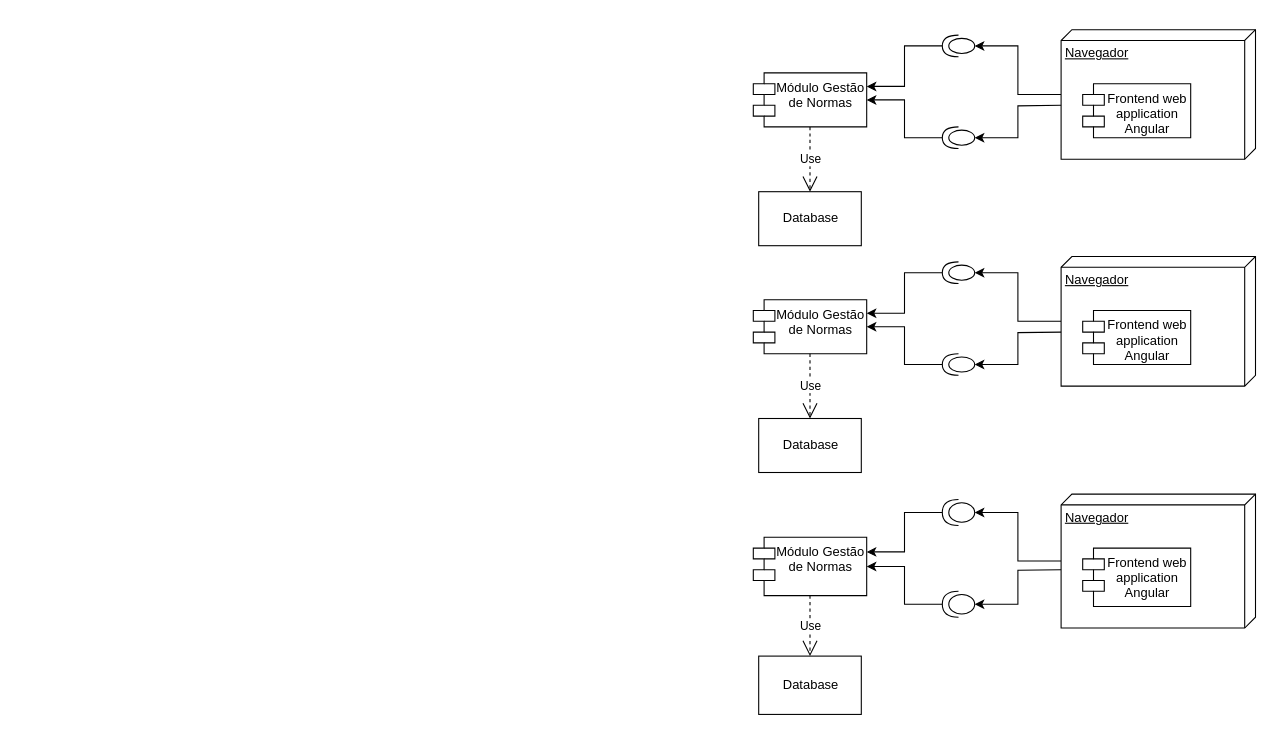
thallysfreed/arquitetura keeps this draw.io diagram as Diagrama de Componentes.drawio. Above is the earlier version. Source tidied: cells renumbered, new cells numbered last; positions are measured from the earlier drawing's top-left corner, leaving out a move shared by most shapes. Both pictures are drawn from the tidied source at 108%, with x=0, y=0 at pixel (753, 29).
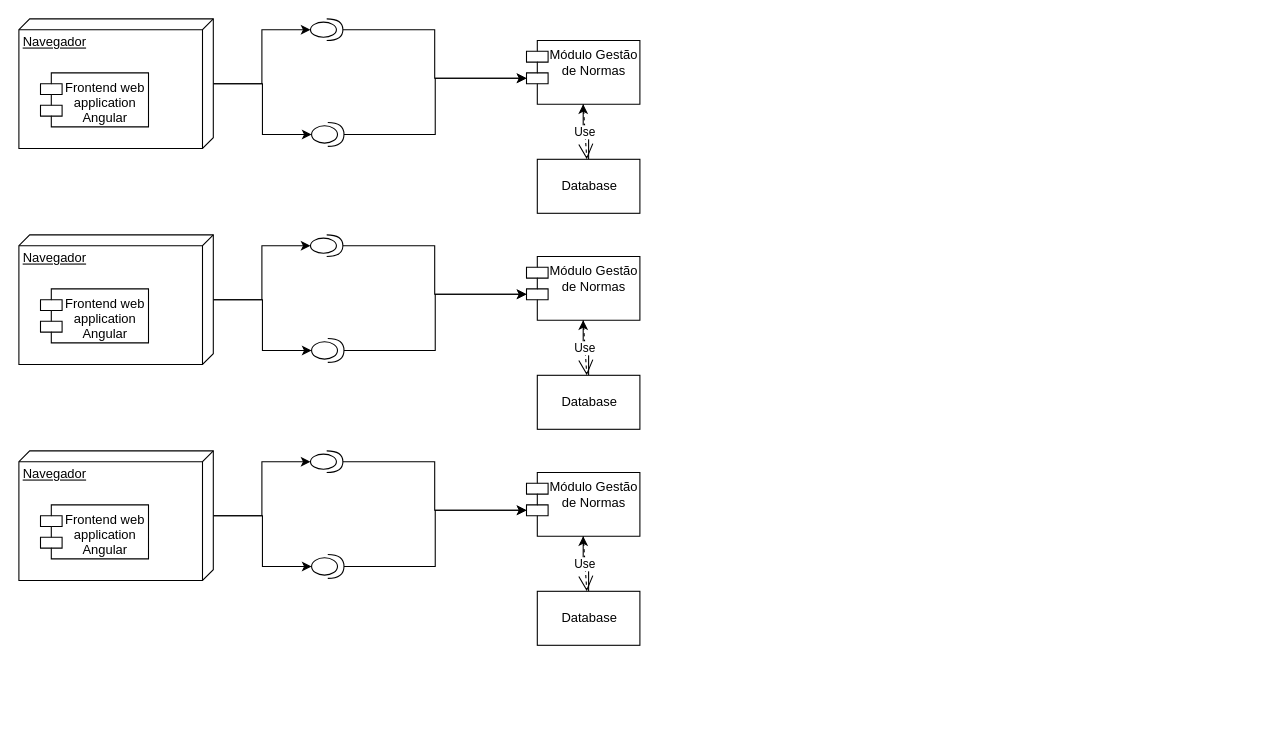
After the change.

The edit, as a diff of the source:
```diff
@@
     <mxCell id="2" value="Módulo Gestão&#10;de Normas" style="shape=module;align=left;spacingLeft=20;align=center;verticalAlign=top;" parent="1" vertex="1">
-      <mxGeometry y="40" width="105" height="50" as="geometry" />
+      <mxGeometry x="-210" y="10" width="105" height="59" as="geometry" />
     </mxCell>
+    <mxCell id="35" style="edgeStyle=orthogonalEdgeStyle;rounded=0;jettySize=auto;html=1;" parent="1" edge="1" source="3" target="2">
+      <mxGeometry relative="1" as="geometry" />
+    </mxCell>
     <mxCell id="3" value="Database" style="html=1;" parent="1" vertex="1">
-      <mxGeometry x="5" y="150" width="95" height="50" as="geometry" />
+      <mxGeometry x="-200" y="120" width="95" height="50" as="geometry" />
     </mxCell>
@@
-    <mxCell id="5" style="edgeStyle=orthogonalEdgeStyle;rounded=0;jettySize=auto;html=1;entryX=1;entryY=0.25;entryDx=0;entryDy=0;" parent="1" edge="1" source="6" target="2">
+    <mxCell id="5" style="edgeStyle=orthogonalEdgeStyle;rounded=0;jettySize=auto;html=1;entryX=0;entryY=0;entryDx=0;entryDy=35;entryPerimeter=0;" parent="1" edge="1" source="6" target="2">
       <mxGeometry relative="1" as="geometry" />
     </mxCell>
-    <mxCell id="6" style="shape=providedRequiredInterface;html=1;verticalLabelPosition=bottom;rotation=-180;" parent="1" vertex="1">
-      <mxGeometry x="175" y="5" width="30" height="20" as="geometry" />
+    <mxCell id="6" style="shape=providedRequiredInterface;html=1;verticalLabelPosition=bottom;rotation=-180;direction=west;" parent="1" vertex="1">
+      <mxGeometry x="-410" y="-10" width="30" height="20" as="geometry" />
     </mxCell>
@@
+    <mxCell id="36" style="edgeStyle=orthogonalEdgeStyle;rounded=0;jettySize=auto;html=1;entryX=0;entryY=0.5;entryDx=0;entryDy=0;entryPerimeter=0;" parent="1" edge="1" source="8" target="11">
+      <mxGeometry relative="1" as="geometry" />
+    </mxCell>
     <mxCell id="8" value="Navegador" style="verticalAlign=top;align=left;spacingTop=8;spacingLeft=2;spacingRight=12;shape=cube;size=10;direction=south;fontStyle=4;html=1;" parent="1" vertex="1">
-      <mxGeometry x="285" width="180" height="120" as="geometry" />
+      <mxGeometry x="-680" y="-10" width="180" height="120" as="geometry" />
     </mxCell>
     <mxCell id="9" value="Frontend web&#10;application&#10;Angular" style="shape=module;align=left;spacingLeft=20;align=center;verticalAlign=top;" parent="1" vertex="1">
-      <mxGeometry x="305" y="50" width="100" height="50" as="geometry" />
+      <mxGeometry x="-660" y="40" width="100" height="50" as="geometry" />
     </mxCell>
-    <mxCell id="10" style="edgeStyle=orthogonalEdgeStyle;rounded=0;jettySize=auto;html=1;" parent="1" edge="1" source="11" target="2">
+    <mxCell id="10" style="edgeStyle=orthogonalEdgeStyle;rounded=0;jettySize=auto;html=1;entryX=0;entryY=0;entryDx=0;entryDy=35;entryPerimeter=0;" parent="1" edge="1" source="11" target="2">
       <mxGeometry relative="1" as="geometry" />
     </mxCell>
-    <mxCell id="11" style="shape=providedRequiredInterface;html=1;verticalLabelPosition=bottom;rotation=-180;" parent="1" vertex="1">
-      <mxGeometry x="175" y="90" width="30" height="20" as="geometry" />
+    <mxCell id="11" style="shape=providedRequiredInterface;html=1;verticalLabelPosition=bottom;rotation=-180;direction=west;" parent="1" vertex="1">
+      <mxGeometry x="-409" y="86" width="30" height="22" as="geometry" />
     </mxCell>
-    <mxCell id="12" style="edgeStyle=orthogonalEdgeStyle;rounded=0;jettySize=auto;html=1;entryX=0;entryY=0.5;entryDx=0;entryDy=0;entryPerimeter=0;" parent="1" edge="1" target="11">
-      <mxGeometry relative="1" as="geometry">
-        <mxPoint x="285" y="70" as="sourcePoint" />
-      </mxGeometry>
-    </mxCell>
-    <mxCell id="13" value="Módulo Gestão&#10;de Normas" style="shape=module;align=left;spacingLeft=20;align=center;verticalAlign=top;" parent="1" vertex="1">
-      <mxGeometry y="250" width="105" height="50" as="geometry" />
-    </mxCell>
-    <mxCell id="14" value="Database" style="html=1;" parent="1" vertex="1">
-      <mxGeometry x="5" y="360" width="95" height="50" as="geometry" />
-    </mxCell>
-    <mxCell id="15" value="Use" style="endArrow=open;endSize=12;dashed=1;html=1;exitX=0.5;exitY=1;exitDx=0;exitDy=0;" parent="1" edge="1" source="13" target="14">
-      <mxGeometry relative="1" as="geometry" />
-    </mxCell>
-    <mxCell id="16" style="edgeStyle=orthogonalEdgeStyle;rounded=0;jettySize=auto;html=1;entryX=1;entryY=0.25;entryDx=0;entryDy=0;" parent="1" edge="1" source="17" target="13">
-      <mxGeometry relative="1" as="geometry" />
-    </mxCell>
-    <mxCell id="17" style="shape=providedRequiredInterface;html=1;verticalLabelPosition=bottom;rotation=-180;" parent="1" vertex="1">
-      <mxGeometry x="175" y="215" width="30" height="20" as="geometry" />
-    </mxCell>
-    <mxCell id="18" style="edgeStyle=orthogonalEdgeStyle;rounded=0;jettySize=auto;html=1;entryX=0;entryY=0.5;entryDx=0;entryDy=0;entryPerimeter=0;" parent="1" edge="1" source="19" target="17">
-      <mxGeometry relative="1" as="geometry" />
-    </mxCell>
-    <mxCell id="19" value="Navegador" style="verticalAlign=top;align=left;spacingTop=8;spacingLeft=2;spacingRight=12;shape=cube;size=10;direction=south;fontStyle=4;html=1;" parent="1" vertex="1">
-      <mxGeometry x="285" y="210" width="180" height="120" as="geometry" />
-    </mxCell>
-    <mxCell id="20" value="Frontend web&#10;application&#10;Angular" style="shape=module;align=left;spacingLeft=20;align=center;verticalAlign=top;" parent="1" vertex="1">
-      <mxGeometry x="305" y="260" width="100" height="50" as="geometry" />
-    </mxCell>
-    <mxCell id="21" style="edgeStyle=orthogonalEdgeStyle;rounded=0;jettySize=auto;html=1;" parent="1" edge="1" source="22" target="13">
-      <mxGeometry relative="1" as="geometry" />
-    </mxCell>
-    <mxCell id="22" style="shape=providedRequiredInterface;html=1;verticalLabelPosition=bottom;rotation=-180;" parent="1" vertex="1">
-      <mxGeometry x="175" y="300" width="30" height="20" as="geometry" />
-    </mxCell>
-    <mxCell id="23" style="edgeStyle=orthogonalEdgeStyle;rounded=0;jettySize=auto;html=1;entryX=0;entryY=0.5;entryDx=0;entryDy=0;entryPerimeter=0;" parent="1" edge="1" target="22">
-      <mxGeometry relative="1" as="geometry">
-        <mxPoint x="285" y="280" as="sourcePoint" />
-      </mxGeometry>
-    </mxCell>
-    <mxCell id="24" value="Módulo Gestão&#10;de Normas" style="shape=module;align=left;spacingLeft=20;align=center;verticalAlign=top;" parent="1" vertex="1">
-      <mxGeometry y="470" width="105" height="54" as="geometry" />
-    </mxCell>
-    <mxCell id="25" value="Database" style="html=1;" parent="1" vertex="1">
-      <mxGeometry x="5" y="580" width="95" height="54" as="geometry" />
-    </mxCell>
-    <mxCell id="26" value="Use" style="endArrow=open;endSize=12;dashed=1;html=1;exitX=0.5;exitY=1;exitDx=0;exitDy=0;" parent="1" edge="1" source="24" target="25">
-      <mxGeometry relative="1" as="geometry" />
-    </mxCell>
-    <mxCell id="27" style="edgeStyle=orthogonalEdgeStyle;rounded=0;jettySize=auto;html=1;entryX=1;entryY=0.25;entryDx=0;entryDy=0;" parent="1" edge="1" source="28" target="24">
-      <mxGeometry relative="1" as="geometry" />
-    </mxCell>
-    <mxCell id="28" style="shape=providedRequiredInterface;html=1;verticalLabelPosition=bottom;rotation=-180;" parent="1" vertex="1">
-      <mxGeometry x="175" y="435" width="30" height="24" as="geometry" />
-    </mxCell>
-    <mxCell id="29" style="edgeStyle=orthogonalEdgeStyle;rounded=0;jettySize=auto;html=1;entryX=0;entryY=0.5;entryDx=0;entryDy=0;entryPerimeter=0;" parent="1" edge="1" source="30" target="28">
-      <mxGeometry relative="1" as="geometry" />
-    </mxCell>
-    <mxCell id="30" value="Navegador" style="verticalAlign=top;align=left;spacingTop=8;spacingLeft=2;spacingRight=12;shape=cube;size=10;direction=south;fontStyle=4;html=1;" parent="1" vertex="1">
-      <mxGeometry x="285" y="430" width="180" height="124" as="geometry" />
-    </mxCell>
-    <mxCell id="31" value="Frontend web&#10;application&#10;Angular" style="shape=module;align=left;spacingLeft=20;align=center;verticalAlign=top;" parent="1" vertex="1">
-      <mxGeometry x="305" y="480" width="100" height="54" as="geometry" />
-    </mxCell>
-    <mxCell id="32" style="edgeStyle=orthogonalEdgeStyle;rounded=0;jettySize=auto;html=1;" parent="1" edge="1" source="33" target="24">
-      <mxGeometry relative="1" as="geometry" />
-    </mxCell>
-    <mxCell id="33" style="shape=providedRequiredInterface;html=1;verticalLabelPosition=bottom;rotation=-180;" parent="1" vertex="1">
-      <mxGeometry x="175" y="520" width="30" height="24" as="geometry" />
-    </mxCell>
-    <mxCell id="34" style="edgeStyle=orthogonalEdgeStyle;rounded=0;jettySize=auto;html=1;entryX=0;entryY=0.5;entryDx=0;entryDy=0;entryPerimeter=0;" parent="1" edge="1" target="33">
-      <mxGeometry relative="1" as="geometry">
-        <mxPoint x="285" y="500" as="sourcePoint" />
-      </mxGeometry>
-    </mxCell>
+    <mxCell id="37" value="Módulo Gestão&#10;de Normas" style="shape=module;align=left;spacingLeft=20;align=center;verticalAlign=top;" parent="1" vertex="1">
+      <mxGeometry x="-210" y="210" width="105" height="59" as="geometry" />
+    </mxCell>
+    <mxCell id="38" style="edgeStyle=orthogonalEdgeStyle;rounded=0;jettySize=auto;html=1;" parent="1" edge="1" source="39" target="37">
+      <mxGeometry relative="1" as="geometry" />
+    </mxCell>
+    <mxCell id="39" value="Database" style="html=1;" parent="1" vertex="1">
+      <mxGeometry x="-200" y="320" width="95" height="50" as="geometry" />
+    </mxCell>
+    <mxCell id="40" value="Use" style="endArrow=open;endSize=12;dashed=1;html=1;exitX=0.5;exitY=1;exitDx=0;exitDy=0;" parent="1" edge="1" source="37" target="39">
+      <mxGeometry relative="1" as="geometry" />
+    </mxCell>
+    <mxCell id="41" style="edgeStyle=orthogonalEdgeStyle;rounded=0;jettySize=auto;html=1;entryX=0;entryY=0;entryDx=0;entryDy=35;entryPerimeter=0;" parent="1" edge="1" source="42" target="37">
+      <mxGeometry relative="1" as="geometry" />
+    </mxCell>
+    <mxCell id="42" style="shape=providedRequiredInterface;html=1;verticalLabelPosition=bottom;rotation=-180;direction=west;" parent="1" vertex="1">
+      <mxGeometry x="-410" y="190" width="30" height="20" as="geometry" />
+    </mxCell>
+    <mxCell id="43" style="edgeStyle=orthogonalEdgeStyle;rounded=0;jettySize=auto;html=1;entryX=0;entryY=0.5;entryDx=0;entryDy=0;entryPerimeter=0;" parent="1" edge="1" source="45" target="42">
+      <mxGeometry relative="1" as="geometry" />
+    </mxCell>
+    <mxCell id="44" style="edgeStyle=orthogonalEdgeStyle;rounded=0;jettySize=auto;html=1;entryX=0;entryY=0.5;entryDx=0;entryDy=0;entryPerimeter=0;" parent="1" edge="1" source="45" target="48">
+      <mxGeometry relative="1" as="geometry" />
+    </mxCell>
+    <mxCell id="45" value="Navegador" style="verticalAlign=top;align=left;spacingTop=8;spacingLeft=2;spacingRight=12;shape=cube;size=10;direction=south;fontStyle=4;html=1;" parent="1" vertex="1">
+      <mxGeometry x="-680" y="190" width="180" height="120" as="geometry" />
+    </mxCell>
+    <mxCell id="46" value="Frontend web&#10;application&#10;Angular" style="shape=module;align=left;spacingLeft=20;align=center;verticalAlign=top;" parent="1" vertex="1">
+      <mxGeometry x="-660" y="240" width="100" height="50" as="geometry" />
+    </mxCell>
+    <mxCell id="47" style="edgeStyle=orthogonalEdgeStyle;rounded=0;jettySize=auto;html=1;entryX=0;entryY=0;entryDx=0;entryDy=35;entryPerimeter=0;" parent="1" edge="1" source="48" target="37">
+      <mxGeometry relative="1" as="geometry" />
+    </mxCell>
+    <mxCell id="48" style="shape=providedRequiredInterface;html=1;verticalLabelPosition=bottom;rotation=-180;direction=west;" parent="1" vertex="1">
+      <mxGeometry x="-409" y="286" width="30" height="22" as="geometry" />
+    </mxCell>
+    <mxCell id="49" value="Módulo Gestão&#10;de Normas" style="shape=module;align=left;spacingLeft=20;align=center;verticalAlign=top;" parent="1" vertex="1">
+      <mxGeometry x="-210" y="410" width="105" height="59" as="geometry" />
+    </mxCell>
+    <mxCell id="50" style="edgeStyle=orthogonalEdgeStyle;rounded=0;jettySize=auto;html=1;" parent="1" edge="1" source="51" target="49">
+      <mxGeometry relative="1" as="geometry" />
+    </mxCell>
+    <mxCell id="51" value="Database" style="html=1;" parent="1" vertex="1">
+      <mxGeometry x="-200" y="520" width="95" height="50" as="geometry" />
+    </mxCell>
+    <mxCell id="52" value="Use" style="endArrow=open;endSize=12;dashed=1;html=1;exitX=0.5;exitY=1;exitDx=0;exitDy=0;" parent="1" edge="1" source="49" target="51">
+      <mxGeometry relative="1" as="geometry" />
+    </mxCell>
+    <mxCell id="53" style="edgeStyle=orthogonalEdgeStyle;rounded=0;jettySize=auto;html=1;entryX=0;entryY=0;entryDx=0;entryDy=35;entryPerimeter=0;" parent="1" edge="1" source="54" target="49">
+      <mxGeometry relative="1" as="geometry" />
+    </mxCell>
+    <mxCell id="54" style="shape=providedRequiredInterface;html=1;verticalLabelPosition=bottom;rotation=-180;direction=west;" parent="1" vertex="1">
+      <mxGeometry x="-410" y="390" width="30" height="20" as="geometry" />
+    </mxCell>
+    <mxCell id="55" style="edgeStyle=orthogonalEdgeStyle;rounded=0;jettySize=auto;html=1;entryX=0;entryY=0.5;entryDx=0;entryDy=0;entryPerimeter=0;" parent="1" edge="1" source="57" target="54">
+      <mxGeometry relative="1" as="geometry" />
+    </mxCell>
+    <mxCell id="56" style="edgeStyle=orthogonalEdgeStyle;rounded=0;jettySize=auto;html=1;entryX=0;entryY=0.5;entryDx=0;entryDy=0;entryPerimeter=0;" parent="1" edge="1" source="57" target="60">
+      <mxGeometry relative="1" as="geometry" />
+    </mxCell>
+    <mxCell id="57" value="Navegador" style="verticalAlign=top;align=left;spacingTop=8;spacingLeft=2;spacingRight=12;shape=cube;size=10;direction=south;fontStyle=4;html=1;" parent="1" vertex="1">
+      <mxGeometry x="-680" y="390" width="180" height="120" as="geometry" />
+    </mxCell>
+    <mxCell id="58" value="Frontend web&#10;application&#10;Angular" style="shape=module;align=left;spacingLeft=20;align=center;verticalAlign=top;" parent="1" vertex="1">
+      <mxGeometry x="-660" y="440" width="100" height="50" as="geometry" />
+    </mxCell>
+    <mxCell id="59" style="edgeStyle=orthogonalEdgeStyle;rounded=0;jettySize=auto;html=1;entryX=0;entryY=0;entryDx=0;entryDy=35;entryPerimeter=0;" parent="1" edge="1" source="60" target="49">
+      <mxGeometry relative="1" as="geometry" />
+    </mxCell>
+    <mxCell id="60" style="shape=providedRequiredInterface;html=1;verticalLabelPosition=bottom;rotation=-180;direction=west;" parent="1" vertex="1">
+      <mxGeometry x="-409" y="486" width="30" height="22" as="geometry" />
+    </mxCell>
```
